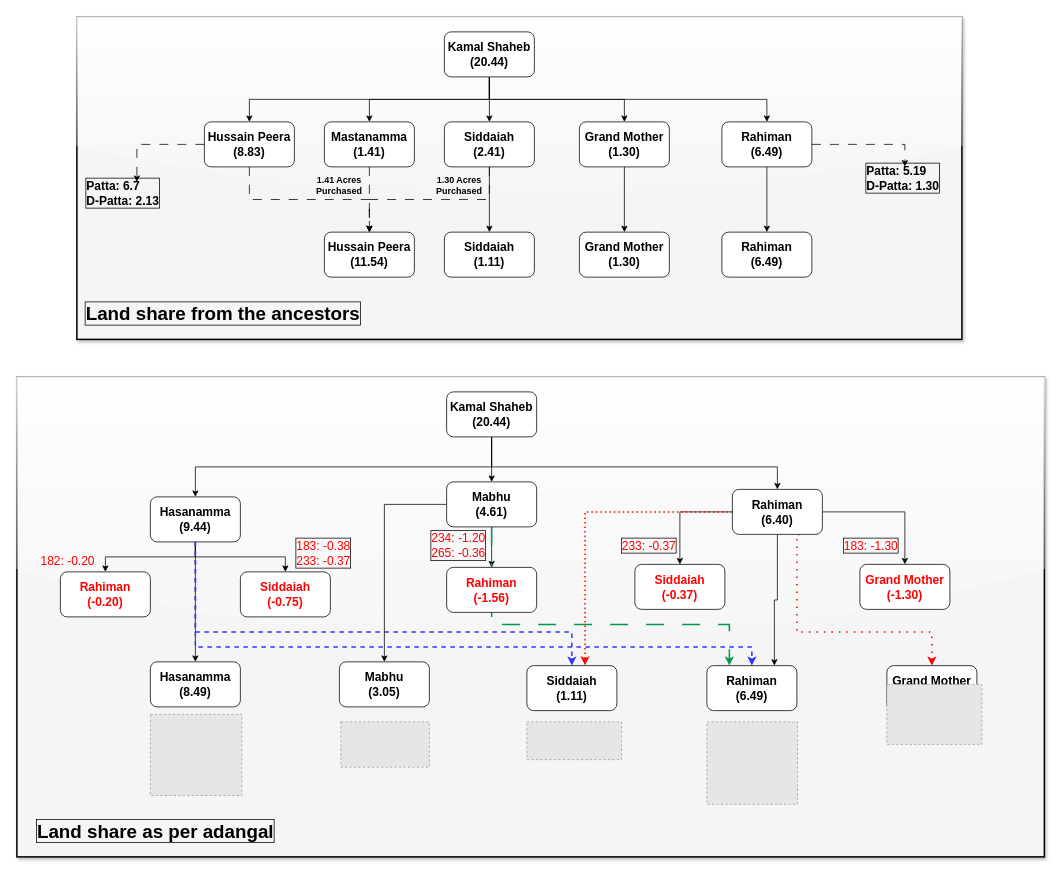
Above: Untitled Diagram.drawio in Kamalbannuru/Designs (draw.io), before the change. Source tidied: cells renumbered, new cells numbered last; positions are measured from the earlier drawing's top-left corner, leaving out a move shared by most shapes. Both pictures are drawn from the tidied source at 75%, with x=0, y=0 at pixel (16, 16). Pictures stored in the file or linked from it are replaced by grey dashed boxes.
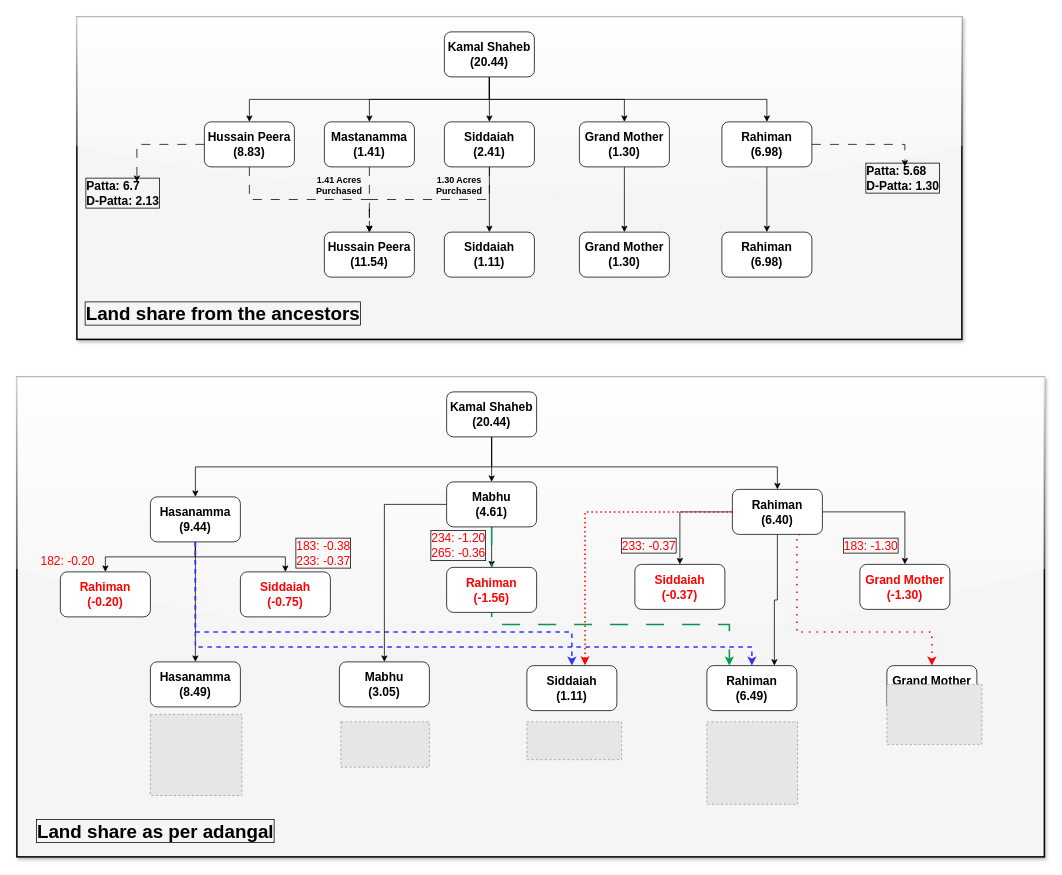
The same page after the edit.

The edit, as a diff of the source:
```diff
@@
-    <mxCell id="13" value="Rahiman&lt;div&gt;(6.49)&lt;/div&gt;" style="rounded=1;whiteSpace=wrap;html=1;fontSize=16;fontStyle=1;" parent="1" vertex="1">
+    <mxCell id="13" value="Rahiman&lt;div&gt;(6.98)&lt;/div&gt;" style="rounded=1;whiteSpace=wrap;html=1;fontSize=16;fontStyle=1;" parent="1" vertex="1">
       <mxGeometry x="940" y="140" width="120" height="60" as="geometry" />
     </mxCell>
@@
-    <mxCell id="23" value="Rahiman&lt;div&gt;(6.49)&lt;/div&gt;" style="rounded=1;whiteSpace=wrap;html=1;fontSize=16;fontStyle=1;" parent="1" vertex="1">
+    <mxCell id="23" value="Rahiman&lt;div&gt;(6.98)&lt;/div&gt;" style="rounded=1;whiteSpace=wrap;html=1;fontSize=16;fontStyle=1;" parent="1" vertex="1">
       <mxGeometry x="940" y="287" width="120" height="60" as="geometry" />
     </mxCell>
@@
-    <mxCell id="27" value="Patta: 5.19&lt;div style=&quot;font-size: 16px;&quot;&gt;D-Patta: 1.30&lt;/div&gt;" style="text;html=1;align=left;verticalAlign=middle;whiteSpace=wrap;rounded=0;fontStyle=1;labelBackgroundColor=none;labelBorderColor=default;textShadow=0;fontSize=16;" parent="1" vertex="1">
+    <mxCell id="27" value="Patta: 5.68&lt;div style=&quot;font-size: 16px;&quot;&gt;D-Patta: 1.30&lt;/div&gt;" style="text;html=1;align=left;verticalAlign=middle;whiteSpace=wrap;rounded=0;fontStyle=1;labelBackgroundColor=none;labelBorderColor=default;textShadow=0;fontSize=16;" parent="1" vertex="1">
       <mxGeometry x="1130" y="200" width="140" height="30" as="geometry" />
     </mxCell>
```
